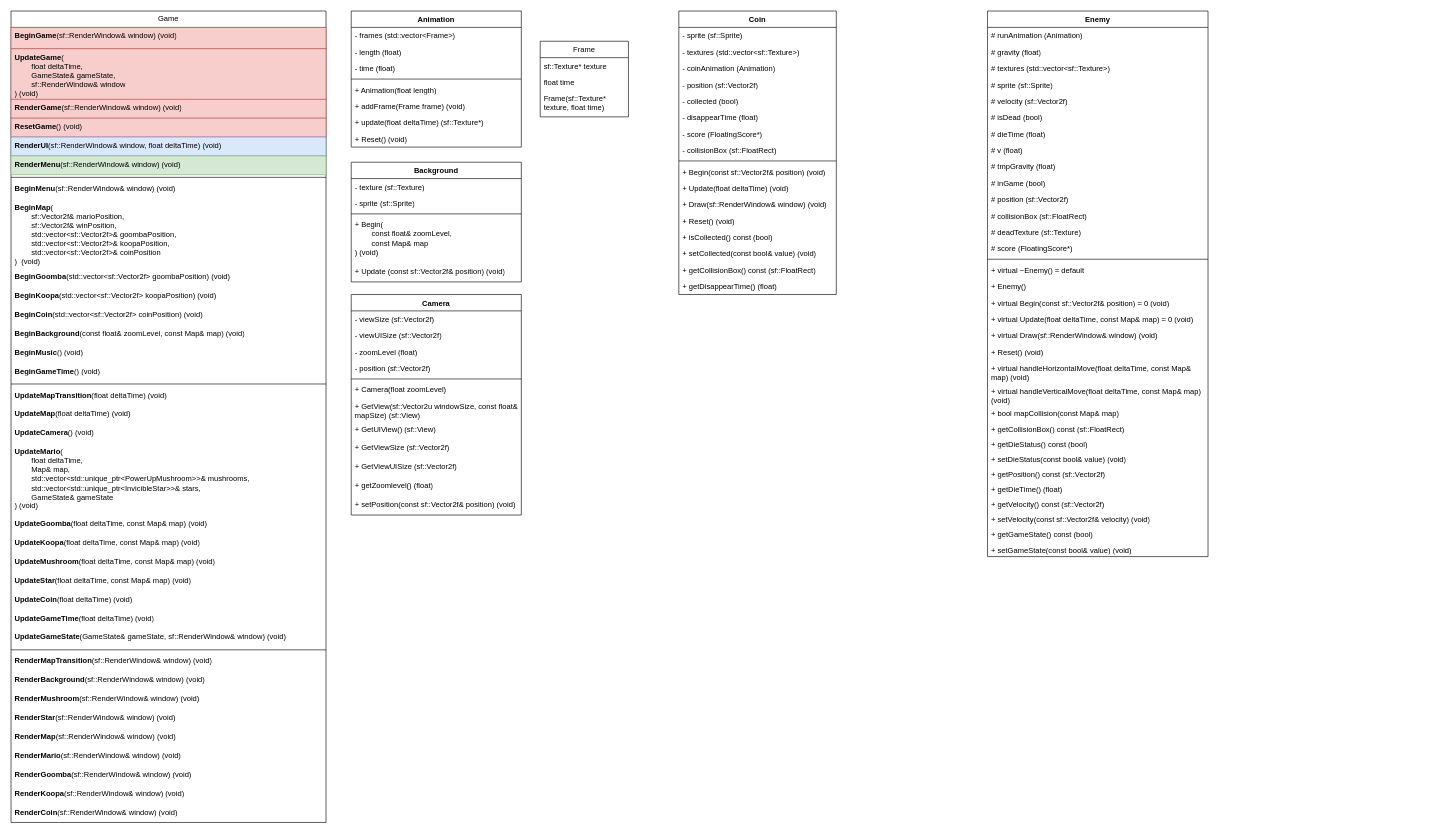
This is MarioGame/Report/ClassDiagram/MarioGame.drawio from trngnneeee/MarioGame, a draw.io file, before an edit. Source tidied: cells renumbered, new cells numbered last; positions are measured from the earlier drawing's top-left corner, leaving out a move shared by most shapes. Both pictures are drawn from the tidied source at 63%, with x=0, y=0 at pixel (11, 11).
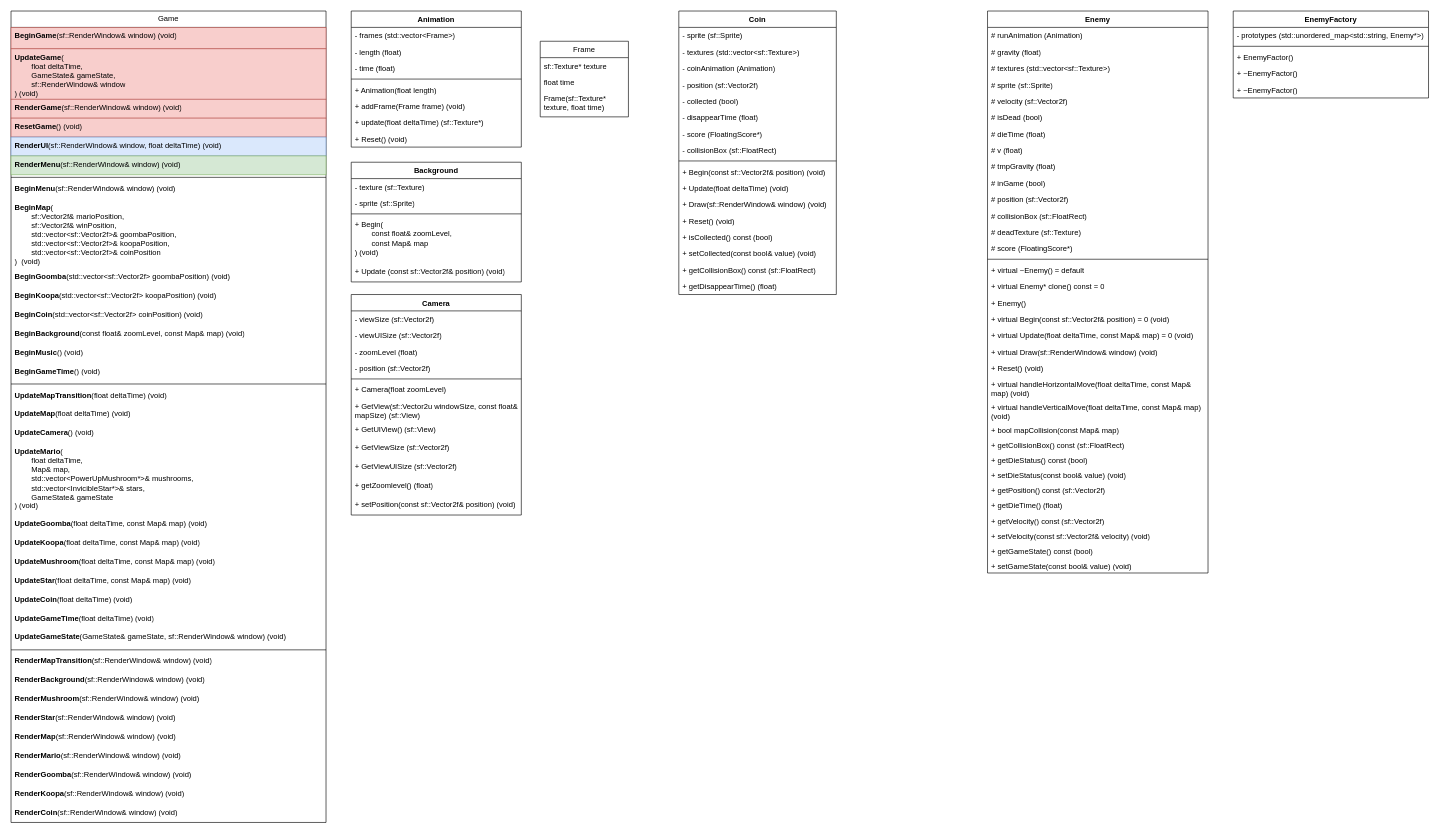
The same page after the edit.

Unchanged cells that the change refers to:
```xml
<mxCell id="2" value="Game" style="swimlane;fontStyle=0;horizontal=1;startSize=26;fillColor=none;whiteSpace=wrap;html=1;" parent="1" vertex="1">
  <mxGeometry width="500" height="1288" as="geometry" />
</mxCell>
```

Diff of the diagram source:
```diff
@@
-    <mxCell id="22" value="&lt;b&gt;UpdateMario&lt;/b&gt;(&lt;div&gt;&lt;span style=&quot;white-space: pre;&quot;&gt;&#9;&lt;/span&gt;float deltaTime,&lt;br&gt;&lt;/div&gt;&lt;div&gt;&lt;span style=&quot;white-space: pre;&quot;&gt;&#9;&lt;/span&gt;Map&amp;amp; map,&lt;/div&gt;&lt;div&gt;&lt;span style=&quot;white-space: pre;&quot;&gt;&#9;&lt;/span&gt;std::vector&amp;lt;std::unique_ptr&amp;lt;PowerUpMushroom&amp;gt;&amp;gt;&amp;amp; mushrooms,&lt;br&gt;&lt;/div&gt;&lt;div&gt;&lt;span style=&quot;white-space: pre;&quot;&gt;&#9;&lt;/span&gt;std::vector&amp;lt;std::unique_ptr&amp;lt;InvicibleStar&amp;gt;&amp;gt;&amp;amp; stars,&lt;/div&gt;&lt;div&gt;&lt;span style=&quot;white-space: pre;&quot;&gt;&#9;&lt;/span&gt;GameState&amp;amp; gameState&lt;br&gt;&lt;/div&gt;&lt;div&gt;) (void)&lt;/div&gt;" style="text;strokeColor=none;fillColor=none;align=left;verticalAlign=top;spacingLeft=4;spacingRight=4;overflow=hidden;whiteSpace=wrap;html=1;" parent="2" vertex="1">
+    <mxCell id="22" value="&lt;b&gt;UpdateMario&lt;/b&gt;(&lt;div&gt;&lt;span style=&quot;white-space: pre;&quot;&gt;&#9;&lt;/span&gt;float deltaTime,&lt;br&gt;&lt;/div&gt;&lt;div&gt;&lt;span style=&quot;white-space: pre;&quot;&gt;&#9;&lt;/span&gt;Map&amp;amp; map,&lt;/div&gt;&lt;div&gt;&lt;span style=&quot;white-space: pre;&quot;&gt;&#9;&lt;/span&gt;std::vector&amp;lt;PowerUpMushroom*&amp;gt;&amp;amp; mushrooms,&lt;br&gt;&lt;/div&gt;&lt;div&gt;&lt;span style=&quot;white-space: pre;&quot;&gt;&#9;&lt;/span&gt;std::vector&amp;lt;InvicibleStar*&amp;gt;&amp;amp; stars,&lt;/div&gt;&lt;div&gt;&lt;span style=&quot;white-space: pre;&quot;&gt;&#9;&lt;/span&gt;GameState&amp;amp; gameState&lt;br&gt;&lt;/div&gt;&lt;div&gt;) (void)&lt;/div&gt;" style="text;strokeColor=none;fillColor=none;align=left;verticalAlign=top;spacingLeft=4;spacingRight=4;overflow=hidden;whiteSpace=wrap;html=1;" parent="2" vertex="1">
       <mxGeometry y="686" width="500" height="114" as="geometry" />
     </mxCell>
@@
     <mxCell id="90" value="Enemy" style="swimlane;fontStyle=1;align=center;verticalAlign=top;horizontal=1;startSize=26;whiteSpace=wrap;html=1;" parent="1" vertex="1">
-      <mxGeometry x="1550" width="350" height="866" as="geometry" />
+      <mxGeometry x="1550" width="350" height="892" as="geometry" />
     </mxCell>
@@
+    <mxCell id="124" value="+ virtual Enemy* clone() const = 0" style="text;strokeColor=none;fillColor=none;align=left;verticalAlign=top;spacingLeft=4;spacingRight=4;overflow=hidden;whiteSpace=wrap;html=1;" parent="90" vertex="1">
+      <mxGeometry y="424" width="350" height="26" as="geometry" />
+    </mxCell>
     <mxCell id="107" value="+ Enemy()&lt;div&gt;&lt;br&gt;&lt;/div&gt;" style="text;strokeColor=none;fillColor=none;align=left;verticalAlign=top;spacingLeft=4;spacingRight=4;overflow=hidden;whiteSpace=wrap;html=1;" parent="90" vertex="1">
-      <mxGeometry y="424" width="350" height="26" as="geometry" />
+      <mxGeometry y="450" width="350" height="26" as="geometry" />
     </mxCell>
     <mxCell id="108" value="&lt;div&gt;+ virtual Begin(const sf::Vector2f&amp;amp; position) = 0 (void)&lt;/div&gt;" style="text;strokeColor=none;fillColor=none;align=left;verticalAlign=top;spacingLeft=4;spacingRight=4;overflow=hidden;whiteSpace=wrap;html=1;" parent="90" vertex="1">
-      <mxGeometry y="450" width="350" height="26" as="geometry" />
+      <mxGeometry y="476" width="350" height="26" as="geometry" />
     </mxCell>
     <mxCell id="109" value="&lt;div&gt;+ virtual Update(float deltaTime, const Map&amp;amp; map) = 0 (void)&lt;/div&gt;" style="text;strokeColor=none;fillColor=none;align=left;verticalAlign=top;spacingLeft=4;spacingRight=4;overflow=hidden;whiteSpace=wrap;html=1;" parent="90" vertex="1">
-      <mxGeometry y="476" width="350" height="26" as="geometry" />
+      <mxGeometry y="502" width="350" height="26" as="geometry" />
     </mxCell>
     <mxCell id="110" value="&lt;div&gt;+ virtual Draw(sf::RenderWindow&amp;amp; window) (void)&lt;/div&gt;" style="text;strokeColor=none;fillColor=none;align=left;verticalAlign=top;spacingLeft=4;spacingRight=4;overflow=hidden;whiteSpace=wrap;html=1;" parent="90" vertex="1">
-      <mxGeometry y="502" width="350" height="26" as="geometry" />
+      <mxGeometry y="528" width="350" height="26" as="geometry" />
     </mxCell>
     <mxCell id="111" value="+ Reset() (void)" style="text;strokeColor=none;fillColor=none;align=left;verticalAlign=top;spacingLeft=4;spacingRight=4;overflow=hidden;whiteSpace=wrap;html=1;" parent="90" vertex="1">
-      <mxGeometry y="528" width="350" height="26" as="geometry" />
+      <mxGeometry y="554" width="350" height="26" as="geometry" />
     </mxCell>
     <mxCell id="112" value="+ virtual handleHorizontalMove(float deltaTime, const Map&amp;amp; map) (void)" style="text;strokeColor=none;fillColor=none;align=left;verticalAlign=top;spacingLeft=4;spacingRight=4;overflow=hidden;whiteSpace=wrap;html=1;" parent="90" vertex="1">
-      <mxGeometry y="554" width="350" height="36" as="geometry" />
+      <mxGeometry y="580" width="350" height="36" as="geometry" />
     </mxCell>
     <mxCell id="113" value="+ virtual handleVerticalMove(float deltaTime, const Map&amp;amp; map) (void)" style="text;strokeColor=none;fillColor=none;align=left;verticalAlign=top;spacingLeft=4;spacingRight=4;overflow=hidden;whiteSpace=wrap;html=1;" parent="90" vertex="1">
-      <mxGeometry y="590" width="350" height="36" as="geometry" />
+      <mxGeometry y="616" width="350" height="36" as="geometry" />
     </mxCell>
     <mxCell id="114" value="+ bool mapCollision(const Map&amp;amp; map)" style="text;strokeColor=none;fillColor=none;align=left;verticalAlign=top;spacingLeft=4;spacingRight=4;overflow=hidden;whiteSpace=wrap;html=1;" parent="90" vertex="1">
-      <mxGeometry y="626" width="350" height="24" as="geometry" />
+      <mxGeometry y="652" width="350" height="24" as="geometry" />
     </mxCell>
     <mxCell id="115" value="+ getCollisionBox() const (sf::FloatRect)" style="text;strokeColor=none;fillColor=none;align=left;verticalAlign=top;spacingLeft=4;spacingRight=4;overflow=hidden;whiteSpace=wrap;html=1;" parent="90" vertex="1">
-      <mxGeometry y="650" width="350" height="24" as="geometry" />
+      <mxGeometry y="676" width="350" height="24" as="geometry" />
     </mxCell>
     <mxCell id="116" value="+ getDieStatus() const (bool)" style="text;strokeColor=none;fillColor=none;align=left;verticalAlign=top;spacingLeft=4;spacingRight=4;overflow=hidden;whiteSpace=wrap;html=1;" parent="90" vertex="1">
-      <mxGeometry y="674" width="350" height="24" as="geometry" />
+      <mxGeometry y="700" width="350" height="24" as="geometry" />
     </mxCell>
     <mxCell id="117" value="+ setDieStatus(const bool&amp;amp; value) (void)" style="text;strokeColor=none;fillColor=none;align=left;verticalAlign=top;spacingLeft=4;spacingRight=4;overflow=hidden;whiteSpace=wrap;html=1;" parent="90" vertex="1">
-      <mxGeometry y="698" width="350" height="24" as="geometry" />
+      <mxGeometry y="724" width="350" height="24" as="geometry" />
     </mxCell>
     <mxCell id="118" value="+ getPosition() const (sf::Vector2f)" style="text;strokeColor=none;fillColor=none;align=left;verticalAlign=top;spacingLeft=4;spacingRight=4;overflow=hidden;whiteSpace=wrap;html=1;" parent="90" vertex="1">
-      <mxGeometry y="722" width="350" height="24" as="geometry" />
+      <mxGeometry y="748" width="350" height="24" as="geometry" />
     </mxCell>
     <mxCell id="119" value="+ getDieTime() (float)" style="text;strokeColor=none;fillColor=none;align=left;verticalAlign=top;spacingLeft=4;spacingRight=4;overflow=hidden;whiteSpace=wrap;html=1;" parent="90" vertex="1">
-      <mxGeometry y="746" width="350" height="24" as="geometry" />
+      <mxGeometry y="772" width="350" height="24" as="geometry" />
     </mxCell>
     <mxCell id="120" value="+ getVelocity() const (sf::Vector2f)" style="text;strokeColor=none;fillColor=none;align=left;verticalAlign=top;spacingLeft=4;spacingRight=4;overflow=hidden;whiteSpace=wrap;html=1;" parent="90" vertex="1">
-      <mxGeometry y="770" width="350" height="24" as="geometry" />
+      <mxGeometry y="796" width="350" height="24" as="geometry" />
     </mxCell>
     <mxCell id="121" value="+ setVelocity(const sf::Vector2f&amp;amp; velocity) (void)" style="text;strokeColor=none;fillColor=none;align=left;verticalAlign=top;spacingLeft=4;spacingRight=4;overflow=hidden;whiteSpace=wrap;html=1;" parent="90" vertex="1">
-      <mxGeometry y="794" width="350" height="24" as="geometry" />
+      <mxGeometry y="820" width="350" height="24" as="geometry" />
     </mxCell>
     <mxCell id="122" value="+ getGameState() const (bool)" style="text;strokeColor=none;fillColor=none;align=left;verticalAlign=top;spacingLeft=4;spacingRight=4;overflow=hidden;whiteSpace=wrap;html=1;" parent="90" vertex="1">
-      <mxGeometry y="818" width="350" height="24" as="geometry" />
+      <mxGeometry y="844" width="350" height="24" as="geometry" />
     </mxCell>
     <mxCell id="123" value="+ setGameState(const bool&amp;amp; value) (void)" style="text;strokeColor=none;fillColor=none;align=left;verticalAlign=top;spacingLeft=4;spacingRight=4;overflow=hidden;whiteSpace=wrap;html=1;" parent="90" vertex="1">
-      <mxGeometry y="842" width="350" height="24" as="geometry" />
+      <mxGeometry y="868" width="350" height="24" as="geometry" />
     </mxCell>
+    <mxCell id="125" value="EnemyFactory" style="swimlane;fontStyle=1;align=center;verticalAlign=top;horizontal=1;startSize=26;whiteSpace=wrap;html=1;" parent="1" vertex="1">
+      <mxGeometry x="1940" width="310" height="138" as="geometry" />
+    </mxCell>
+    <mxCell id="126" value="- prototypes (std::unordered_map&amp;lt;std::string, Enemy*&amp;gt;)" style="text;strokeColor=none;fillColor=none;align=left;verticalAlign=top;spacingLeft=4;spacingRight=4;overflow=hidden;whiteSpace=wrap;html=1;" parent="125" vertex="1">
+      <mxGeometry y="26" width="310" height="26" as="geometry" />
+    </mxCell>
+    <mxCell id="127" style="line;strokeWidth=1;fillColor=none;align=left;verticalAlign=middle;spacingTop=-1;spacingLeft=3;spacingRight=3;labelPosition=right;strokeColor=inherit;" parent="125" vertex="1">
+      <mxGeometry y="52" width="310" height="8" as="geometry" />
+    </mxCell>
+    <mxCell id="128" value="+ EnemyFactor()" style="text;strokeColor=none;fillColor=none;align=left;verticalAlign=top;spacingLeft=4;spacingRight=4;overflow=hidden;whiteSpace=wrap;html=1;" parent="125" vertex="1">
+      <mxGeometry y="60" width="310" height="26" as="geometry" />
+    </mxCell>
+    <mxCell id="129" value="+ ~EnemyFactor()" style="text;strokeColor=none;fillColor=none;align=left;verticalAlign=top;spacingLeft=4;spacingRight=4;overflow=hidden;whiteSpace=wrap;html=1;" parent="125" vertex="1">
+      <mxGeometry y="86" width="310" height="26" as="geometry" />
+    </mxCell>
+    <mxCell id="130" value="+ ~EnemyFactor()" style="text;strokeColor=none;fillColor=none;align=left;verticalAlign=top;spacingLeft=4;spacingRight=4;overflow=hidden;whiteSpace=wrap;html=1;" parent="125" vertex="1">
+      <mxGeometry y="112" width="310" height="26" as="geometry" />
+    </mxCell>
```
